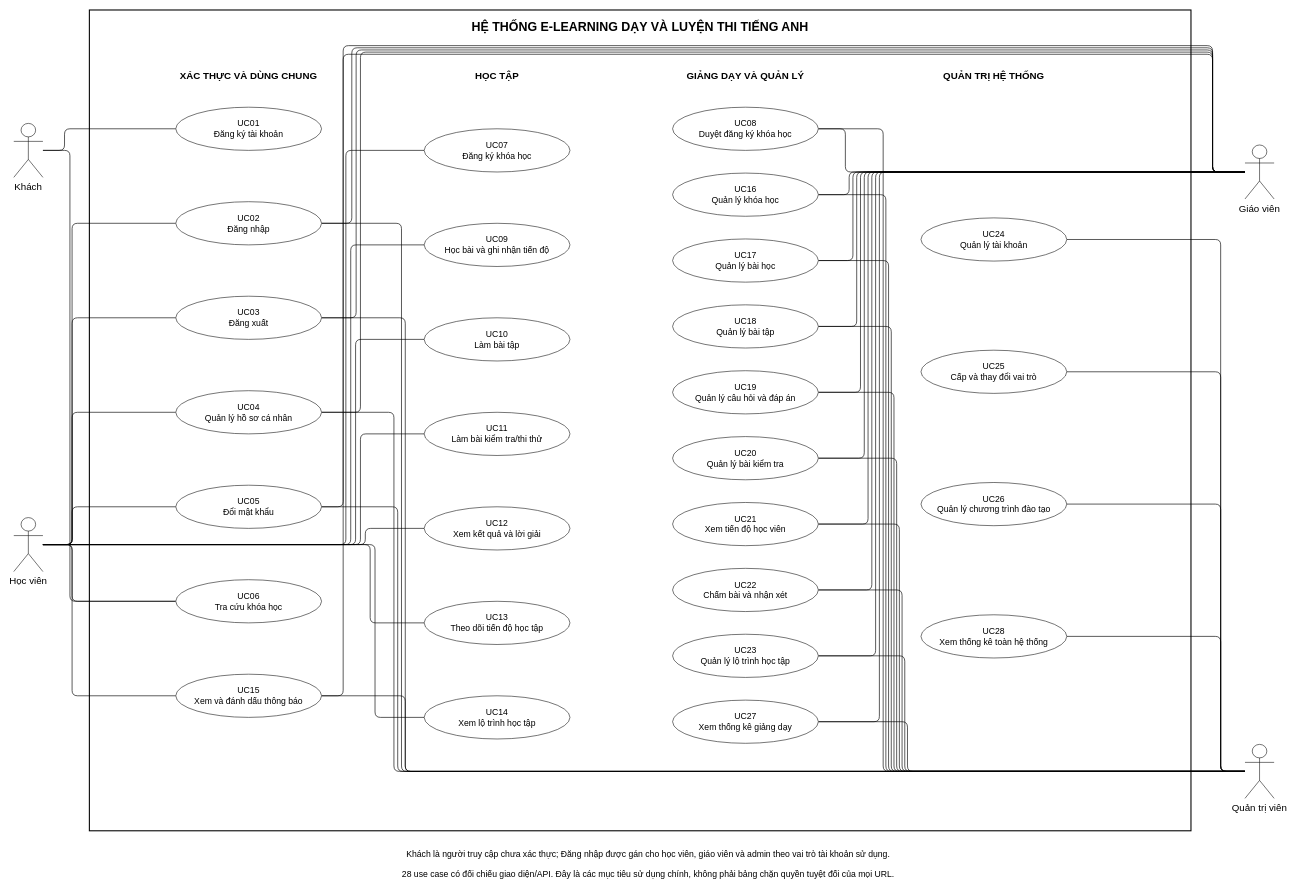
This is deliverables/usecase/UseCase_Theo_Code.drawio from phucphuc1234/e-learning-enlish, a draw.io file, before an edit. Source tidied: cells renumbered, new cells numbered last; positions are measured from the earlier drawing's top-left corner, leaving out a move shared by most shapes. Both pictures are drawn from the tidied source at 54%, with x=0, y=0 at pixel (14, 10).
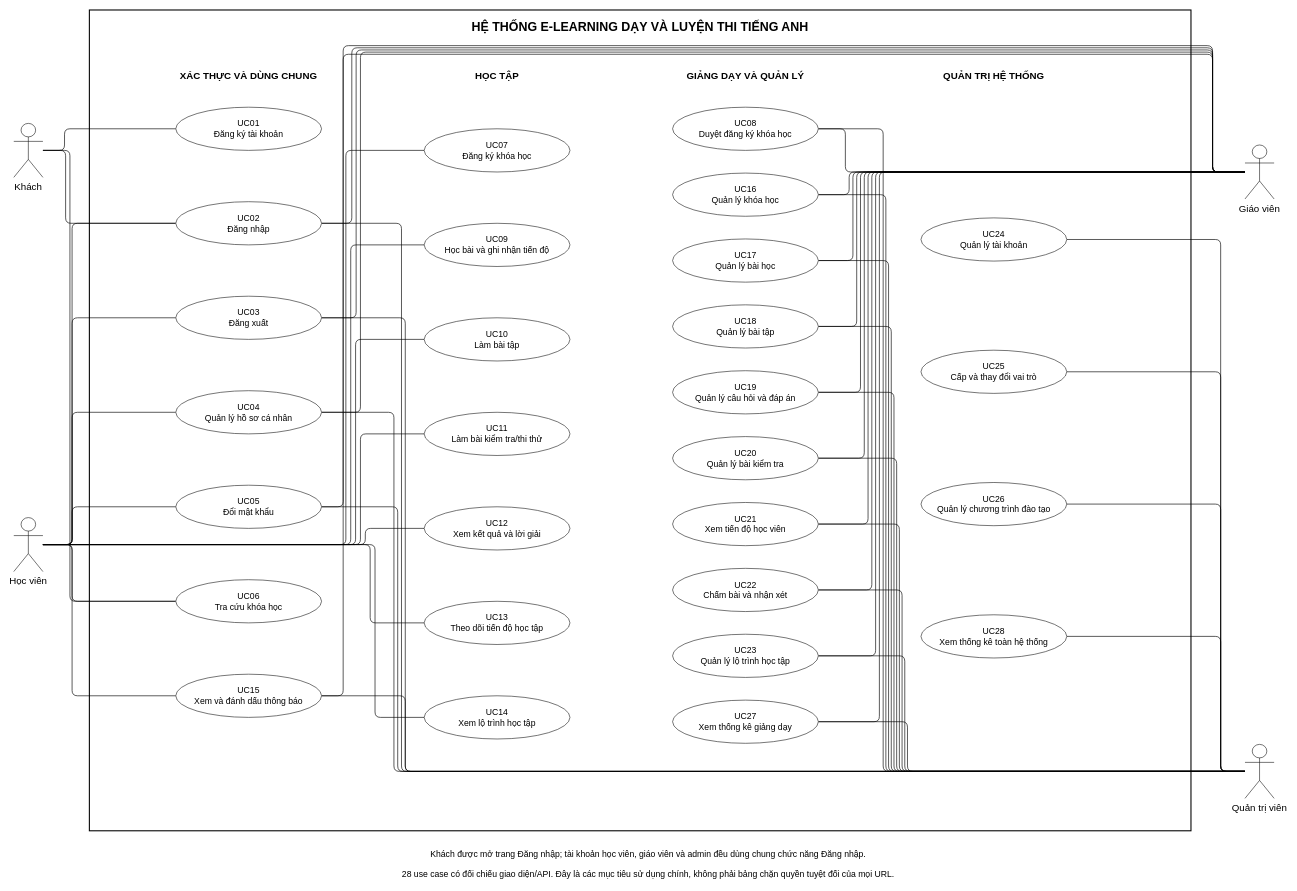
Above is the later version.

Commit message (it also covers changes not shown here):
docs: restore guest login association in use case diagrams

Unchanged cells that the change refers to:
```xml
<mxCell id="58" value="Khách" style="shape=umlActor;verticalLabelPosition=bottom;verticalAlign=top;align=center;html=0;fillColor=#FFFFFF;strokeColor=#000000;fontFamily=Arial;fontSize=18;" parent="1" vertex="1">
  <mxGeometry y="210" width="54" height="100" as="geometry" />
</mxCell>
<mxCell id="63" value="UC02&#10;Đăng nhập" style="ellipse;whiteSpace=wrap;html=0;fillColor=#FFFFFF;strokeColor=#000000;fontFamily=Arial;fontSize=16;spacing=6;" parent="1" vertex="1">
  <mxGeometry x="300" y="355" width="270" height="80" as="geometry" />
</mxCell>
```

Change to the diagram source:
```diff
@@
+    <mxCell id="90" style="edgeStyle=none;endArrow=none;startArrow=none;strokeColor=#000000;strokeWidth=1.2;exitX=1;exitY=0.5;entryX=0;entryY=0.5;" parent="1" edge="1" source="58" target="63">
+      <mxGeometry relative="1" as="geometry">
+        <Array as="points">
+          <mxPoint x="96" y="260" />
+          <mxPoint x="96" y="395" />
+        </Array>
+      </mxGeometry>
+    </mxCell>
@@
-    <mxCell id="56" value="Khách là người truy cập chưa xác thực; Đăng nhập được gán cho học viên, giáo viên và admin theo vai trò tài khoản sử dụng." style="text;html=0;whiteSpace=wrap;strokeColor=none;fillColor=none;align=center;verticalAlign=middle;fontFamily=Arial;fontSize=16;fontStyle=0;" parent="1" vertex="1">
+    <mxCell id="56" value="Khách được mở trang Đăng nhập; tài khoản học viên, giáo viên và admin đều dùng chung chức năng Đăng nhập." style="text;html=0;whiteSpace=wrap;strokeColor=none;fillColor=none;align=center;verticalAlign=middle;fontFamily=Arial;fontSize=16;fontStyle=0;" parent="1" vertex="1">
       <mxGeometry x="120" y="1545" width="2110" height="36" as="geometry" />
     </mxCell>
```
